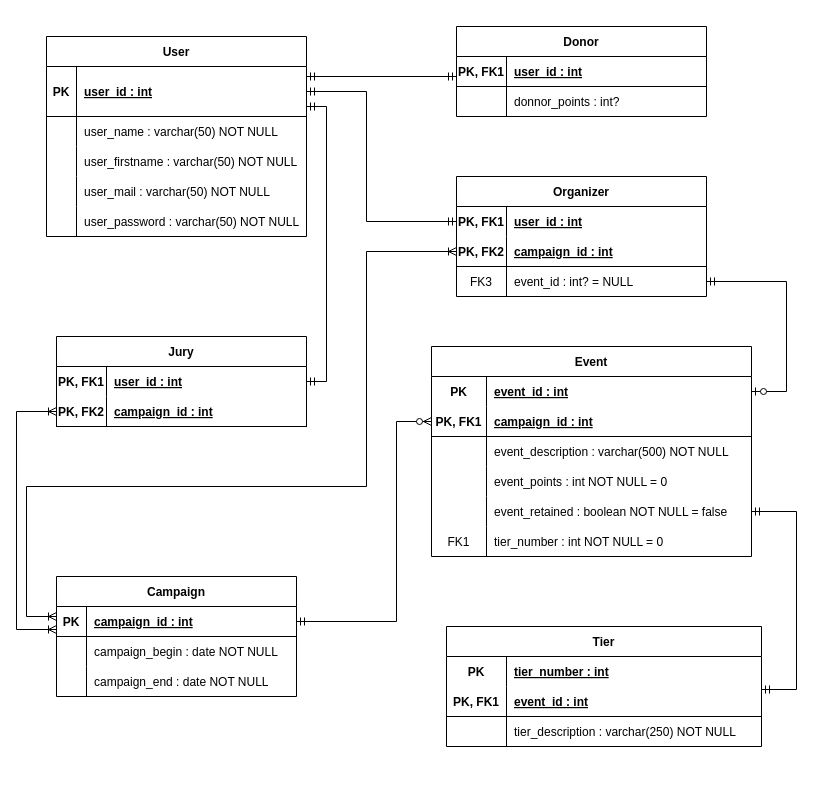
Pierron-Lucas/PHP-EVENT-IO keeps this draw.io diagram as sql/ER_Diagram_DB.drawio. Above is the earlier version. Source tidied: cells renumbered, new cells numbered last; positions are measured from the earlier drawing's top-left corner, leaving out a move shared by most shapes. Both pictures are drawn from the tidied source at 100%, with x=0, y=0 at pixel (16, 26).
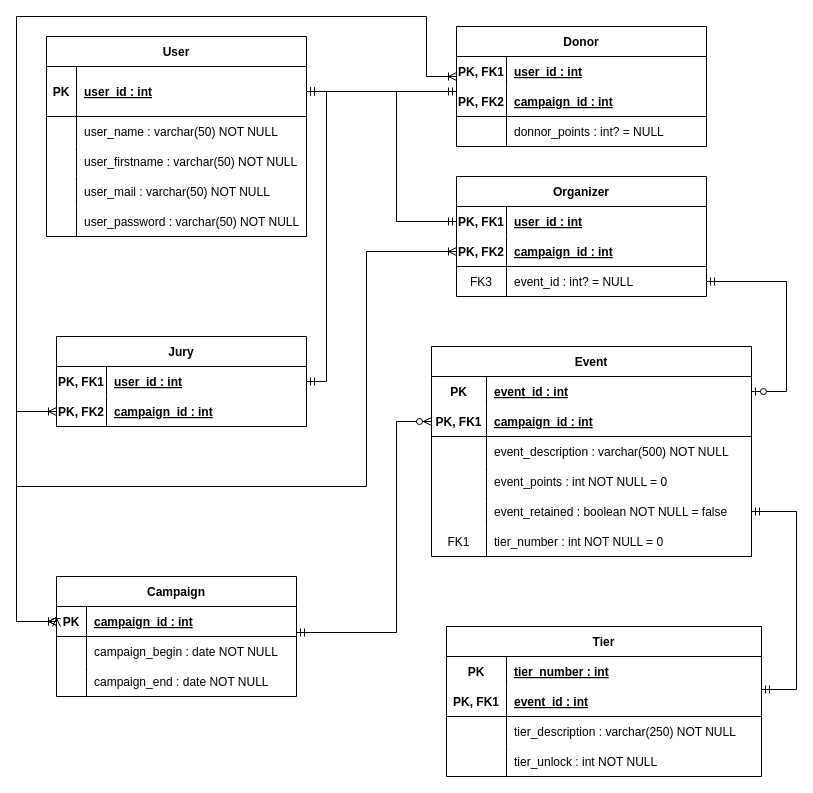
The same diagram, later.

The change refers to these unchanged cells:
```xml
<mxCell id="3" style="shape=tableRow;horizontal=0;startSize=0;swimlaneHead=0;swimlaneBody=0;fillColor=none;points=[[0,0.5],[1,0.5]];portConstraint=eastwest;top=0;left=0;right=0;bottom=0;" parent="2" vertex="1">
  <mxGeometry y="30" width="250" height="30" as="geometry" />
</mxCell>
<mxCell id="6" style="shape=tableRow;horizontal=0;startSize=0;swimlaneHead=0;swimlaneBody=0;fillColor=none;points=[[0,0.5],[1,0.5]];portConstraint=eastwest;top=0;left=0;right=0;bottom=1;" parent="2" vertex="1">
  <mxGeometry y="60" width="250" height="30" as="geometry" />
</mxCell>
<mxCell id="13" style="shape=partialRectangle;fillColor=none;points=[[0,0.5],[1,0.5]];portConstraint=eastwest;top=0;left=0;right=0;bottom=1;" parent="12" vertex="1">
  <mxGeometry y="30" width="260" height="50" as="geometry" />
</mxCell>
<mxCell id="31" style="shape=tableRow;horizontal=0;startSize=0;swimlaneHead=0;swimlaneBody=0;fillColor=none;points=[[0,0.5],[1,0.5]];portConstraint=eastwest;top=0;left=0;right=0;bottom=0;" parent="30" vertex="1">
  <mxGeometry y="30" width="250" height="30" as="geometry" />
</mxCell>
<mxCell id="34" style="shape=tableRow;horizontal=0;startSize=0;swimlaneHead=0;swimlaneBody=0;fillColor=none;points=[[0,0.5],[1,0.5]];portConstraint=eastwest;top=0;left=0;right=0;bottom=1;" parent="30" vertex="1">
  <mxGeometry y="60" width="250" height="30" as="geometry" />
</mxCell>
<mxCell id="39" style="shape=partialRectangle;fillColor=none;top=0;left=0;bottom=1;right=0;points=[[0,0.5],[1,0.5]];portConstraint=eastwest;" parent="38" vertex="1">
  <mxGeometry y="30" width="240" height="30" as="geometry" />
</mxCell>
<mxCell id="61" style="shape=partialRectangle;fillColor=none;top=0;left=0;bottom=1;right=0;points=[[0,0.5],[1,0.5]];portConstraint=eastwest;" parent="57" vertex="1">
  <mxGeometry y="60" width="320" height="30" as="geometry" />
</mxCell>
```

Change to the diagram source:
```diff
@@
     <mxCell id="28" style="edgeStyle=orthogonalEdgeStyle;fontSize=12;html=1;endArrow=ERmandOne;startArrow=ERmandOne;rounded=0;exitX=1;exitY=0.5;exitDx=0;exitDy=0;" parent="1" edge="1" source="13" target="3">
       <mxGeometry relative="1" as="geometry">
         <Array as="points">
-          <mxPoint x="350" y="65" />
-          <mxPoint x="350" y="195" />
+          <mxPoint x="380" y="65" />
+          <mxPoint x="380" y="195" />
         </Array>
       </mxGeometry>
     </mxCell>
@@
-    <mxCell id="37" style="edgeStyle=orthogonalEdgeStyle;fontSize=12;html=1;endArrow=ERmandOne;startArrow=ERmandOne;rounded=0;entryX=1;entryY=0.8;entryDx=0;entryDy=0;entryPerimeter=0;exitX=1;exitY=0.5;exitDx=0;exitDy=0;" parent="1" edge="1" source="31" target="13">
+    <mxCell id="37" style="edgeStyle=orthogonalEdgeStyle;fontSize=12;html=1;endArrow=ERmandOne;startArrow=ERmandOne;rounded=0;entryX=1;entryY=0.5;entryDx=0;entryDy=0;exitX=1;exitY=0.5;exitDx=0;exitDy=0;" parent="1" edge="1" source="31" target="13">
       <mxGeometry relative="1" as="geometry">
         <Array as="points">
           <mxPoint x="310" y="355" />
-          <mxPoint x="310" y="80" />
+          <mxPoint x="310" y="65" />
         </Array>
       </mxGeometry>
     </mxCell>
@@
-    <mxCell id="48" style="edgeStyle=orthogonalEdgeStyle;fontSize=12;html=1;endArrow=ERoneToMany;startArrow=ERoneToMany;rounded=0;entryX=0;entryY=0.5;entryDx=0;entryDy=0;exitX=0;exitY=0.767;exitDx=0;exitDy=0;exitPerimeter=0;" parent="1" edge="1" source="39" target="34">
+    <mxCell id="48" style="edgeStyle=orthogonalEdgeStyle;fontSize=12;html=1;endArrow=ERoneToMany;startArrow=ERoneToMany;rounded=0;entryX=0;entryY=0.5;entryDx=0;entryDy=0;" parent="1" edge="1" target="34">
       <mxGeometry relative="1" as="geometry">
+        <mxPoint x="40" y="595" as="sourcePoint" />
         <Array as="points">
-          <mxPoint y="603" />
+          <mxPoint y="595" />
           <mxPoint y="385" />
         </Array>
       </mxGeometry>
     </mxCell>
     <mxCell id="49" value="Donor" style="shape=table;startSize=30;childLayout=tableLayout;rowLines=0;fontStyle=1;align=center;" parent="1" vertex="1">
-      <mxGeometry x="440" width="250" height="90" as="geometry" />
+      <mxGeometry x="440" width="250" height="120" as="geometry" />
     </mxCell>
-    <mxCell id="50" style="shape=partialRectangle;fillColor=none;top=0;left=0;right=0;bottom=1;" parent="49" vertex="1">
-      <mxGeometry y="30" width="250" height="30" as="geometry" />
-    </mxCell>
+    <mxCell id="89" style="shape=tableRow;horizontal=0;startSize=0;swimlaneHead=0;swimlaneBody=0;fillColor=none;top=0;left=0;right=0;bottom=0;" parent="49" vertex="1">
+      <mxGeometry y="30" width="250" height="30" as="geometry" />
+    </mxCell>
-    <mxCell id="51" value="PK, FK1" style="shape=partialRectangle;overflow=hidden;fillColor=none;top=0;left=0;bottom=0;right=0;fontStyle=1;" parent="50" vertex="1">
+    <mxCell id="51" value="PK, FK1" style="shape=partialRectangle;fillColor=none;top=0;left=0;bottom=0;right=0;fontStyle=1;overflow=hidden;" parent="89" vertex="1">
       <mxGeometry width="50" height="30" as="geometry" />
     </mxCell>
-    <mxCell id="52" value="user_id : int" style="shape=partialRectangle;overflow=hidden;fillColor=none;top=0;left=0;bottom=0;right=0;align=left;spacingLeft=6;fontStyle=5;" parent="50" vertex="1">
+    <mxCell id="52" value="user_id : int" style="shape=partialRectangle;fillColor=none;top=0;left=0;bottom=0;right=0;align=left;spacingLeft=6;fontStyle=5;overflow=hidden;" parent="89" vertex="1">
       <mxGeometry x="50" width="200" height="30" as="geometry" />
     </mxCell>
+    <mxCell id="90" style="shape=tableRow;horizontal=0;startSize=0;swimlaneHead=0;swimlaneBody=0;fillColor=none;top=0;left=0;right=0;bottom=1;" parent="49" vertex="1">
+      <mxGeometry y="60" width="250" height="30" as="geometry" />
+    </mxCell>
+    <mxCell id="91" value="PK, FK2" style="shape=partialRectangle;fillColor=none;top=0;left=0;bottom=0;right=0;fontStyle=1;overflow=hidden;" parent="90" vertex="1">
+      <mxGeometry width="50" height="30" as="geometry" />
+    </mxCell>
+    <mxCell id="92" value="campaign_id : int" style="shape=partialRectangle;fillColor=none;top=0;left=0;bottom=0;right=0;align=left;spacingLeft=6;fontStyle=5;overflow=hidden;" parent="90" vertex="1">
+      <mxGeometry x="50" width="200" height="30" as="geometry" />
+    </mxCell>
     <mxCell id="53" style="shape=partialRectangle;fillColor=none;top=0;left=0;right=0;bottom=0;" parent="49" vertex="1">
-      <mxGeometry y="60" width="250" height="30" as="geometry" />
+      <mxGeometry y="90" width="250" height="30" as="geometry" />
     </mxCell>
@@
-    <mxCell id="55" value="donnor_points : int?" style="shape=partialRectangle;overflow=hidden;fillColor=none;top=0;left=0;bottom=0;right=0;align=left;spacingLeft=6;" parent="53" vertex="1">
+    <mxCell id="55" value="donnor_points : int? = NULL" style="shape=partialRectangle;overflow=hidden;fillColor=none;top=0;left=0;bottom=0;right=0;align=left;spacingLeft=6;" parent="53" vertex="1">
       <mxGeometry x="50" width="200" height="30" as="geometry" />
     </mxCell>
-    <mxCell id="56" style="edgeStyle=orthogonalEdgeStyle;fontSize=12;html=1;endArrow=ERmandOne;startArrow=ERmandOne;rounded=0;entryX=1;entryY=0.2;entryDx=0;entryDy=0;entryPerimeter=0;" parent="1" edge="1" target="13">
+    <mxCell id="56" style="fontSize=12;html=1;endArrow=ERmandOne;startArrow=ERmandOne;rounded=0;edgeStyle=orthogonalEdgeStyle;" parent="1" edge="1">
       <mxGeometry relative="1" as="geometry">
-        <mxPoint x="440" y="50" as="sourcePoint" />
+        <mxPoint x="440" y="65" as="sourcePoint" />
+        <mxPoint x="290" y="65" as="targetPoint" />
         <Array as="points">
-          <mxPoint x="440" y="50" />
+          <mxPoint x="440" y="65" />
         </Array>
       </mxGeometry>
     </mxCell>
@@
     <mxCell id="76" value="Tier" style="shape=table;startSize=30;childLayout=tableLayout;rowLines=0;fontStyle=1;align=center;" parent="1" vertex="1">
-      <mxGeometry x="430" y="600" width="315" height="120" as="geometry" />
+      <mxGeometry x="430" y="600" width="315" height="150" as="geometry" />
     </mxCell>
@@
+    <mxCell id="93" style="shape=partialRectangle;fillColor=none;top=0;left=0;bottom=0;right=0;" parent="76" vertex="1">
+      <mxGeometry y="120" width="315" height="30" as="geometry" />
+    </mxCell>
+    <mxCell id="94" style="shape=partialRectangle;fillColor=none;top=0;left=0;bottom=0;right=0;overflow=hidden;" parent="93" vertex="1">
+      <mxGeometry width="60" height="30" as="geometry" />
+    </mxCell>
+    <mxCell id="95" value="tier_unlock : int NOT NULL" style="shape=partialRectangle;fillColor=none;top=0;left=0;bottom=0;right=0;align=left;spacingLeft=6;overflow=hidden;" parent="93" vertex="1">
+      <mxGeometry x="60" width="255" height="30" as="geometry" />
+    </mxCell>
@@
-    <mxCell id="87" style="edgeStyle=orthogonalEdgeStyle;fontSize=12;html=1;endArrow=ERzeroToMany;startArrow=ERmandOne;rounded=0;exitX=1;exitY=0.5;exitDx=0;exitDy=0;entryX=0;entryY=0.5;entryDx=0;entryDy=0;" parent="1" edge="1" source="39" target="61">
+    <mxCell id="87" style="edgeStyle=orthogonalEdgeStyle;fontSize=12;html=1;endArrow=ERzeroToMany;startArrow=ERmandOne;rounded=0;exitX=1;exitY=0.867;exitDx=0;exitDy=0;entryX=0;entryY=0.5;entryDx=0;entryDy=0;exitPerimeter=0;" parent="1" edge="1" source="39" target="61">
       <mxGeometry relative="1" as="geometry">
         <Array as="points">
-          <mxPoint x="380" y="595" />
+          <mxPoint x="380" y="606" />
           <mxPoint x="380" y="395" />
         </Array>
       </mxGeometry>
     </mxCell>
-    <mxCell id="88" style="edgeStyle=orthogonalEdgeStyle;fontSize=12;html=1;endArrow=ERoneToMany;startArrow=ERoneToMany;rounded=0;entryX=0;entryY=0.5;entryDx=0;entryDy=0;" parent="1" edge="1" target="6">
+    <mxCell id="88" style="edgeStyle=orthogonalEdgeStyle;fontSize=12;html=1;endArrow=ERoneToMany;startArrow=ERoneToMany;rounded=0;entryX=0;entryY=0.5;entryDx=0;entryDy=0;exitX=0;exitY=0.667;exitDx=0;exitDy=0;exitPerimeter=0;" parent="1" edge="1" source="39" target="6">
       <mxGeometry relative="1" as="geometry">
-        <mxPoint x="40" y="590" as="sourcePoint" />
         <Array as="points">
-          <mxPoint x="10" y="590" />
-          <mxPoint x="10" y="460" />
+          <mxPoint x="40" y="595" />
+          <mxPoint y="595" />
+          <mxPoint y="460" />
           <mxPoint x="350" y="460" />
           <mxPoint x="350" y="225" />
         </Array>
       </mxGeometry>
     </mxCell>
+    <mxCell id="96" style="edgeStyle=orthogonalEdgeStyle;fontSize=12;html=1;endArrow=ERoneToMany;startArrow=ERoneToMany;rounded=0;exitX=0;exitY=0.5;exitDx=0;exitDy=0;" parent="1" edge="1" source="39">
+      <mxGeometry relative="1" as="geometry">
+        <mxPoint x="440" y="50" as="targetPoint" />
+        <Array as="points">
+          <mxPoint y="595" />
+          <mxPoint y="-10" />
+          <mxPoint x="410" y="-10" />
+          <mxPoint x="410" y="50" />
+        </Array>
+      </mxGeometry>
+    </mxCell>
```
